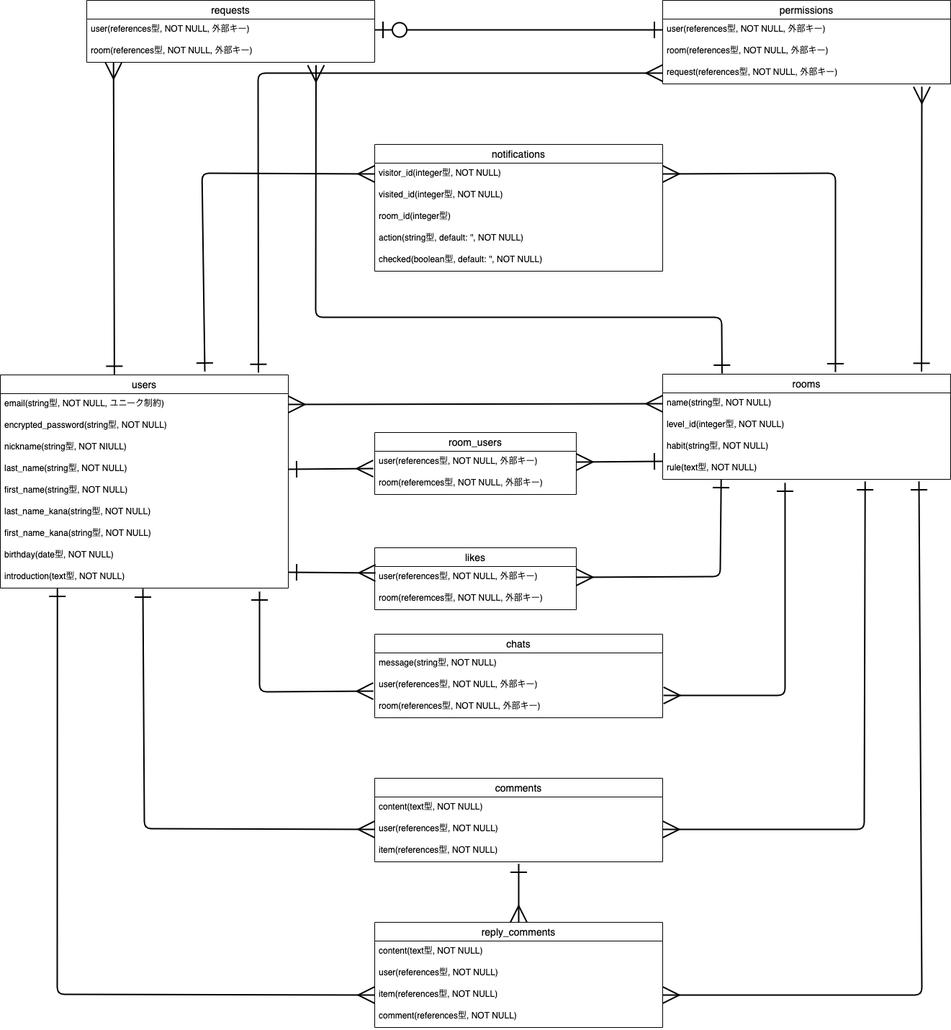
Above: esco.png in mocchio/esco (draw.io), before the change. Source tidied: cells renumbered, new cells last; positions are measured from the earlier drawing's top-left corner, leaving out a move shared by most shapes.
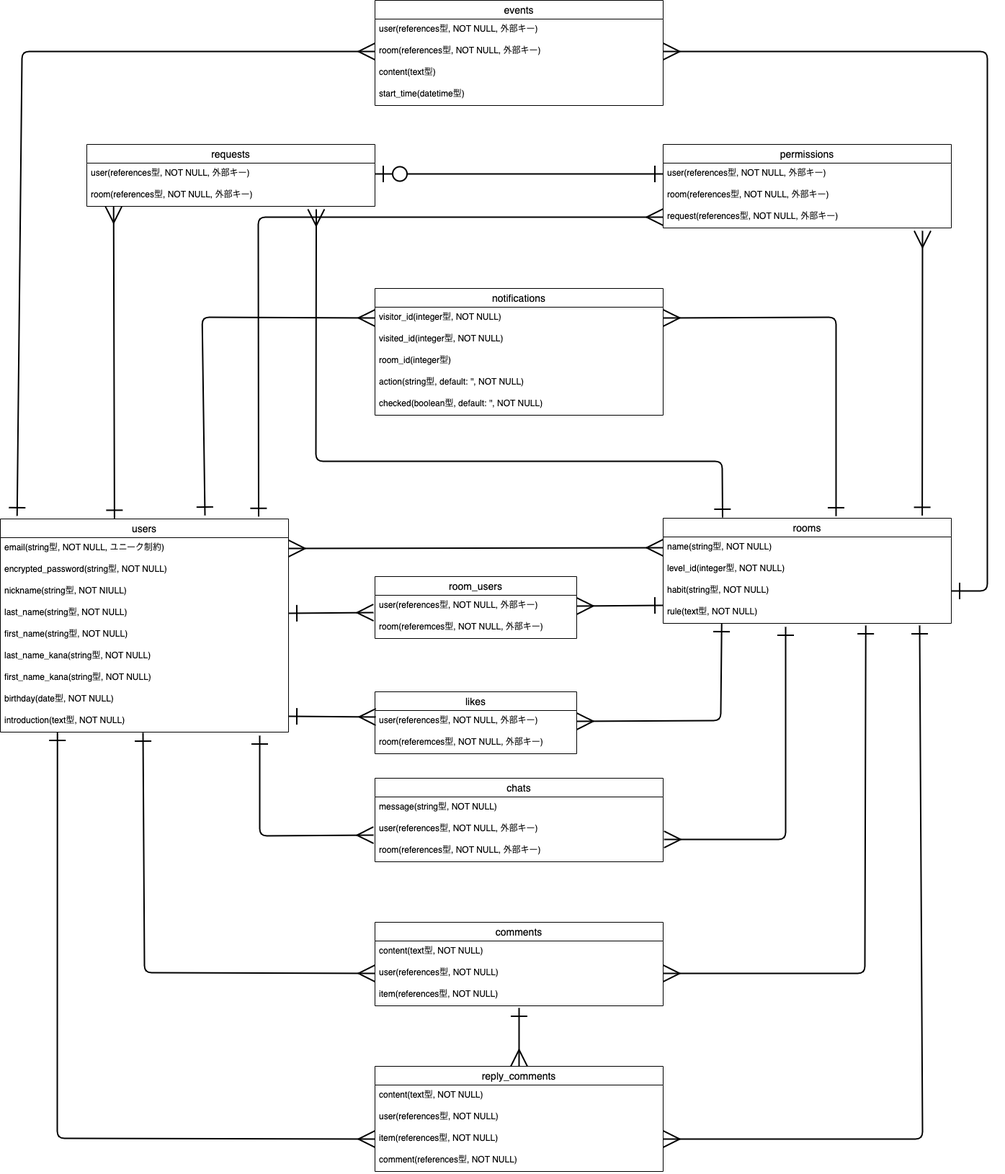
Later version of the same file.

Diff of the diagram source:
```diff
@@ -250,5 +250,35 @@
         </Array>
       </mxGeometry>
     </mxCell>
+    <mxCell id="68" value="events" style="swimlane;fontStyle=0;horizontal=1;startSize=26;align=center;fontSize=14;" parent="1" vertex="1">
+      <mxGeometry x="520" y="-200" width="400" height="146" as="geometry" />
+    </mxCell>
+    <mxCell id="69" value="user(references型, NOT NULL, 外部キー)" style="text;strokeColor=none;fillColor=none;spacingLeft=4;spacingRight=4;overflow=hidden;fontSize=12;" parent="68" vertex="1">
+      <mxGeometry y="26" width="400" height="30" as="geometry" />
+    </mxCell>
+    <mxCell id="70" value="room(references型, NOT NULL, 外部キー)" style="text;strokeColor=none;fillColor=none;spacingLeft=4;spacingRight=4;overflow=hidden;points=[[0,0.5],[1,0.5]];portConstraint=eastwest;fontSize=12;" parent="68" vertex="1">
+      <mxGeometry y="56" width="400" height="30" as="geometry" />
+    </mxCell>
+    <mxCell id="71" value="content(text型)" style="text;strokeColor=none;fillColor=none;spacingLeft=4;spacingRight=4;overflow=hidden;fontSize=12;" parent="68" vertex="1">
+      <mxGeometry y="86" width="400" height="30" as="geometry" />
+    </mxCell>
+    <mxCell id="72" value="start_time(datetime型)" style="text;strokeColor=none;fillColor=none;spacingLeft=4;spacingRight=4;overflow=hidden;fontSize=12;" parent="68" vertex="1">
+      <mxGeometry y="116" width="400" height="30" as="geometry" />
+    </mxCell>
+    <mxCell id="73" style="edgeStyle=none;html=1;exitX=0;exitY=0.5;exitDx=0;exitDy=0;entryX=0.058;entryY=-0.014;entryDx=0;entryDy=0;entryPerimeter=0;strokeWidth=2;endSize=20;startSize=20;endArrow=ERone;endFill=0;startArrow=ERmany;startFill=0;" parent="1" edge="1" source="70" target="2">
+      <mxGeometry relative="1" as="geometry">
+        <Array as="points">
+          <mxPoint x="30" y="-129" />
+        </Array>
+      </mxGeometry>
+    </mxCell>
+    <mxCell id="74" style="edgeStyle=none;html=1;exitX=1;exitY=0.5;exitDx=0;exitDy=0;strokeWidth=2;startArrow=ERmany;startFill=0;endArrow=ERone;endFill=0;startSize=20;endSize=20;entryX=1;entryY=0.5;entryDx=0;entryDy=0;" parent="1" edge="1" source="70" target="15">
+      <mxGeometry relative="1" as="geometry">
+        <Array as="points">
+          <mxPoint x="1370" y="-129" />
+          <mxPoint x="1370" y="620" />
+        </Array>
+      </mxGeometry>
+    </mxCell>
   </root>
 </mxGraphModel>
```
